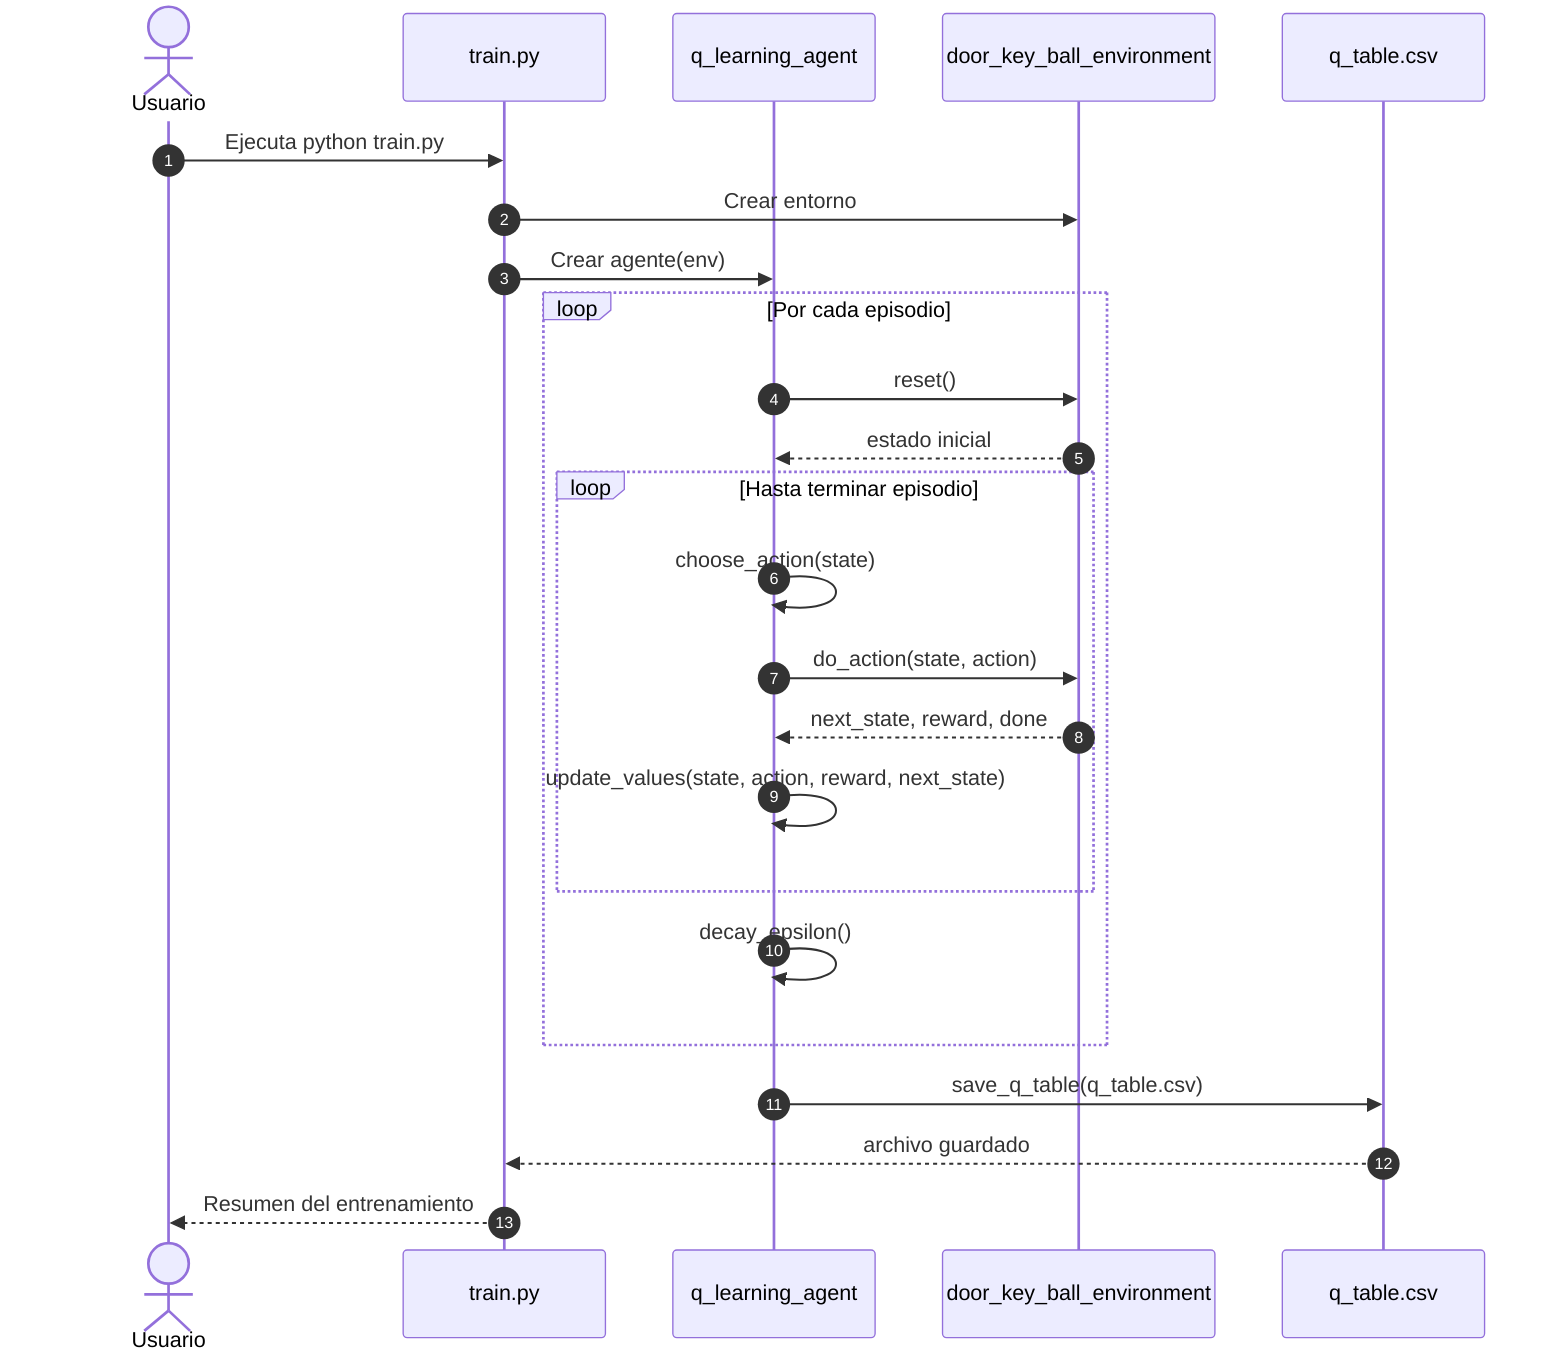
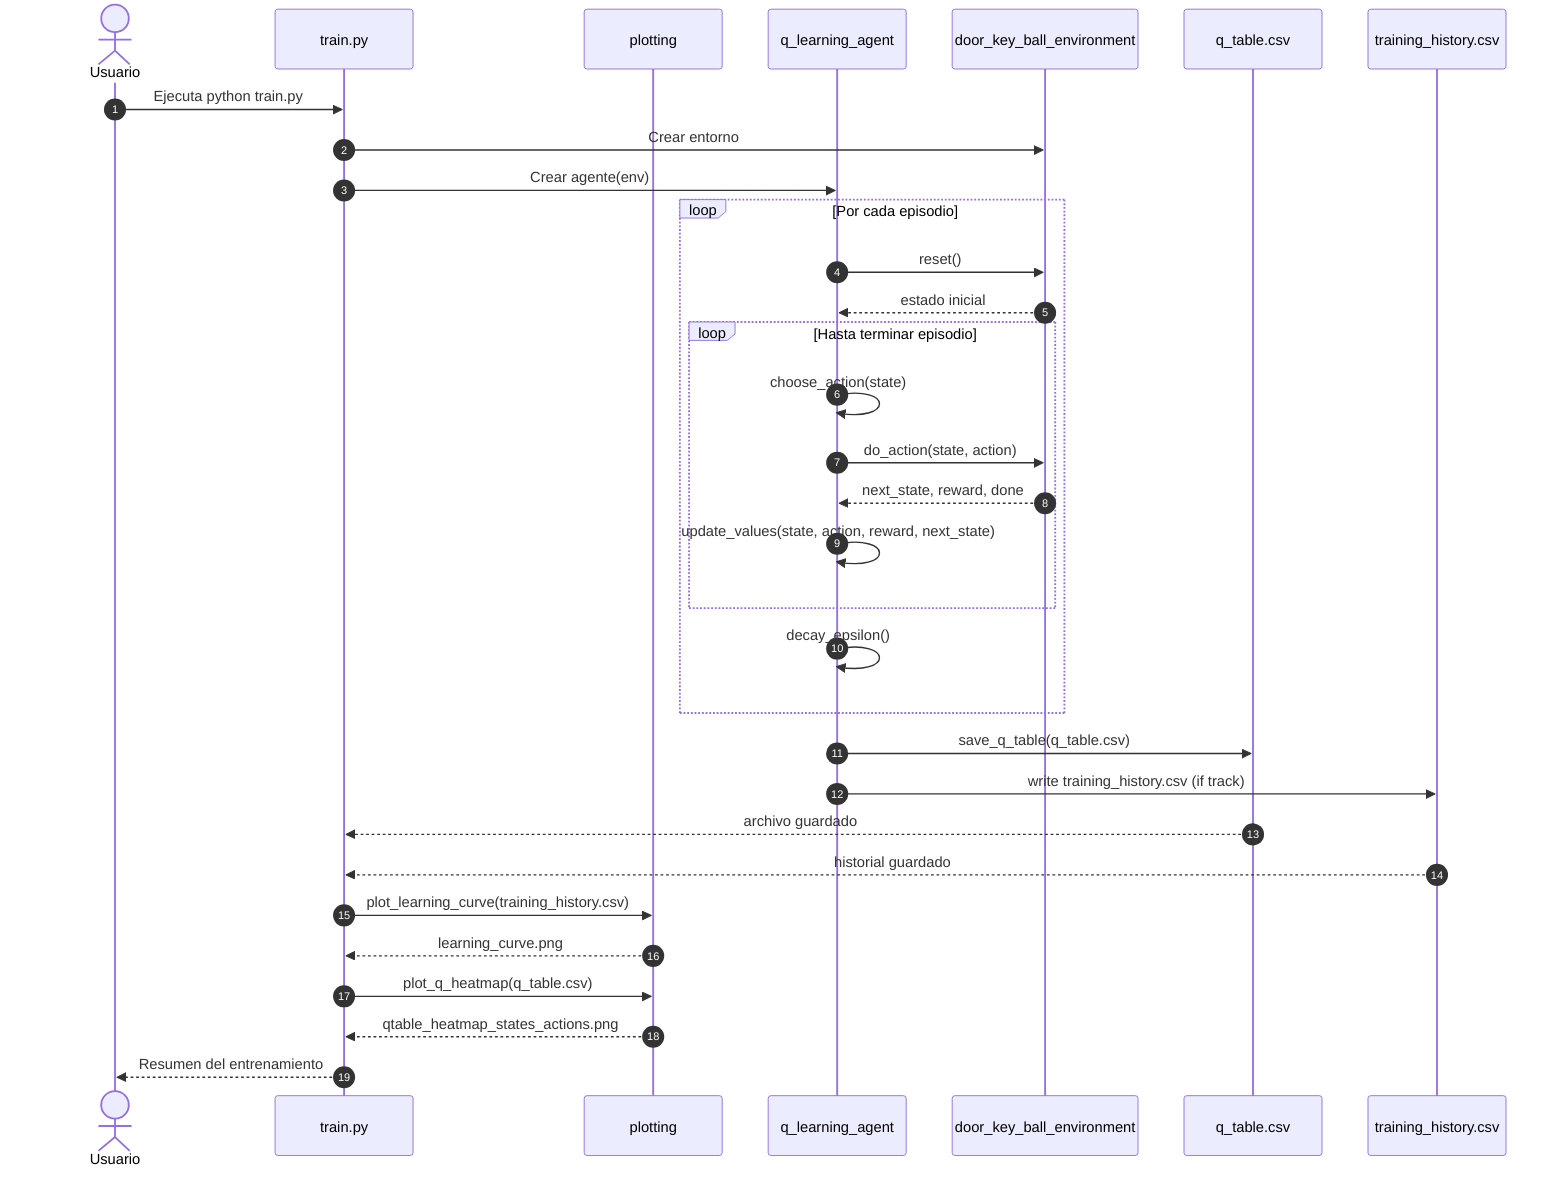
sequenceDiagram
    autonumber
    actor Usuario
    participant train as train.py
+     participant plot as plotting
    participant agent as q_learning_agent
    participant env as door_key_ball_environment
    participant fs as q_table.csv
+     participant history as training_history.csv

    Usuario->>train: Ejecuta python train.py
    train->>env: Crear entorno
    train->>agent: Crear agente(env)
    loop Por cada episodio
        agent->>env: reset()
        env-->>agent: estado inicial
        loop Hasta terminar episodio
            agent->>agent: choose_action(state)
            agent->>env: do_action(state, action)
            env-->>agent: next_state, reward, done
            agent->>agent: update_values(state, action, reward, next_state)
        end
        agent->>agent: decay_epsilon()
    end
    agent->>fs: save_q_table(q_table.csv)
+     agent->>history: write training_history.csv (if track)
    fs-->>train: archivo guardado
+     history-->>train: historial guardado
+     train->>plot: plot_learning_curve(training_history.csv)
+     plot-->>train: learning_curve.png
+     train->>plot: plot_q_heatmap(q_table.csv)
+     plot-->>train: qtable_heatmap_states_actions.png
    train-->>Usuario: Resumen del entrenamiento
